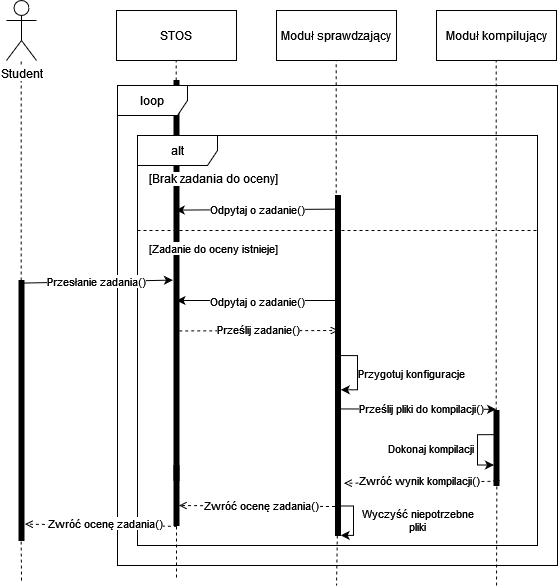
The draw.io diagram img/1/d_sek_1.png in Projekt-Inzynierski-STOS-2024-2025/Praca-Inzynierska, before a commit. Source tidied: cells renumbered, new cells last; positions are measured from the earlier drawing's top-left corner, leaving out a move shared by most shapes.
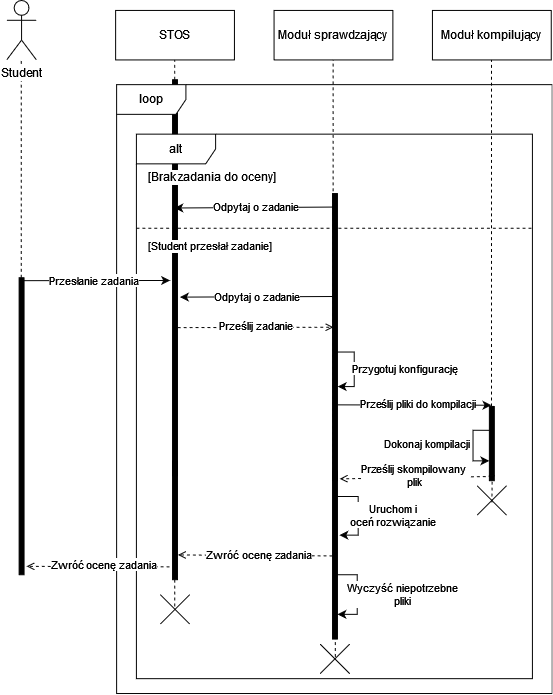
The same diagram one commit later.

Diff of the diagram source:
```diff
@@ -2,14 +2,16 @@
   <root>
     <mxCell id="0" />
     <mxCell id="1" parent="0" />
-    <mxCell id="2" style="endArrow=open;html=1;rounded=0;exitX=0.567;exitY=1.014;exitDx=0;exitDy=0;exitPerimeter=0;entryX=1.186;entryY=0.937;entryDx=0;entryDy=0;entryPerimeter=0;endFill=0;dashed=1;fontSize=12;" parent="1" edge="1" source="16" target="31">
-      <mxGeometry relative="1" as="geometry" />
+    <mxCell id="2" style="endArrow=open;html=1;rounded=0;exitX=-0.62;exitY=0.892;exitDx=0;exitDy=0;exitPerimeter=0;entryX=1.186;entryY=0.937;entryDx=0;entryDy=0;entryPerimeter=0;endFill=0;dashed=1;fontSize=12;" parent="1" edge="1" source="16">
+      <mxGeometry relative="1" as="geometry">
+        <mxPoint x="20.1" y="571.5" as="targetPoint" />
+      </mxGeometry>
     </mxCell>
     <mxCell id="3" style="html=1;points=[];perimeter=orthogonalPerimeter;fillColor=strokeColor;fontSize=12;" parent="1" vertex="1">
       <mxGeometry x="167.5" y="80" width="5" height="400" as="geometry" />
     </mxCell>
     <mxCell id="4" value="loop" style="shape=umlFrame;whiteSpace=wrap;html=1;width=70;height=30;labelBackgroundColor=none;fontSize=12;" parent="1" vertex="1">
-      <mxGeometry x="111" y="85" width="440" height="480" as="geometry" />
+      <mxGeometry x="111" y="85" width="440" height="615" as="geometry" />
     </mxCell>
     <mxCell id="5" style="endArrow=classic;html=1;rounded=0;exitX=0.933;exitY=0.552;exitDx=0;exitDy=0;exitPerimeter=0;edgeStyle=orthogonalEdgeStyle;entryX=1.067;entryY=0.67;entryDx=0;entryDy=0;entryPerimeter=0;fontSize=12;" parent="4" edge="1" source="6" target="6">
       <mxGeometry relative="1" as="geometry">
@@ -24,7 +26,7 @@
       <mxGeometry x="218" y="110" width="5" height="290" as="geometry" />
     </mxCell>
     <mxCell id="7" value="alt" style="shape=umlFrame;whiteSpace=wrap;html=1;width=80;height=30;fontSize=12;" parent="4" vertex="1">
-      <mxGeometry x="20" y="50" width="400" height="410" as="geometry" />
+      <mxGeometry x="20" y="50" width="400" height="550" as="geometry" />
     </mxCell>
     <mxCell id="8" value="[Brak zadania do oceny]" style="text;html=1;labelBackgroundColor=default;fontSize=12;" parent="7" vertex="1">
       <mxGeometry width="100" height="20" relative="1" as="geometry">
@@ -34,10 +36,10 @@
     <mxCell id="9" style="line;strokeWidth=1;dashed=1;labelPosition=center;verticalLabelPosition=bottom;align=left;verticalAlign=top;spacingLeft=20;spacingTop=15;html=1;whiteSpace=wrap;fontSize=12;" parent="7" vertex="1">
       <mxGeometry y="90" width="400" height="10" as="geometry" />
     </mxCell>
-    <mxCell id="10" value="&lt;div style=&quot;font-size: 11px;&quot;&gt;Przygotuj konfiguracje&lt;/div&gt;" style="text;html=1;labelBackgroundColor=default;fontSize=11;verticalAlign=middle;" parent="7" vertex="1">
-      <mxGeometry x="219" y="225" width="100" height="25" as="geometry" />
+    <mxCell id="10" value="&lt;div style=&quot;font-size: 11px;&quot;&gt;Przygotuj konfigurację&lt;/div&gt;" style="text;html=1;labelBackgroundColor=default;fontSize=11;verticalAlign=middle;" parent="7" vertex="1">
+      <mxGeometry x="215.5" y="225" width="100" height="25" as="geometry" />
     </mxCell>
-    <mxCell id="11" value="[Zadanie do oceny istnieje]" style="text;html=1;labelBackgroundColor=default;fontSize=11;" parent="7" vertex="1">
+    <mxCell id="11" value="[Student przesłał zadanie]" style="text;html=1;labelBackgroundColor=default;fontSize=11;" parent="7" vertex="1">
       <mxGeometry x="10" y="100" width="100" height="20" as="geometry" />
     </mxCell>
     <mxCell id="12" style="endArrow=classic;html=1;rounded=0;exitX=0.031;exitY=0.345;exitDx=0;exitDy=0;exitPerimeter=0;edgeStyle=orthogonalEdgeStyle;entryX=-0.008;entryY=0.779;entryDx=0;entryDy=0;entryPerimeter=0;fontSize=12;" parent="7" edge="1" source="36" target="36">
@@ -56,48 +58,81 @@
       <mxGeometry x="356.5" y="345" width="5" height="5" as="geometry" />
     </mxCell>
     <mxCell id="15" style="html=1;points=[];perimeter=orthogonalPerimeter;fillColor=strokeColor;fontSize=12;" parent="7" vertex="1">
-      <mxGeometry x="198" y="340" width="5" height="60" as="geometry" />
+      <mxGeometry x="198" y="340" width="5" height="170" as="geometry" />
     </mxCell>
     <mxCell id="16" style="html=1;points=[];perimeter=orthogonalPerimeter;fillColor=strokeColor;fontSize=12;" parent="7" vertex="1">
-      <mxGeometry x="36.5" y="330" width="5" height="60" as="geometry" />
+      <mxGeometry x="36.5" y="330" width="5" height="120" as="geometry" />
     </mxCell>
+    <mxCell id="19" style="endArrow=none;dashed=1;html=1;rounded=0;fontSize=12;" parent="7" edge="1">
+      <mxGeometry relative="1" as="geometry">
+        <mxPoint x="359.3" y="345" as="sourcePoint" />
+        <mxPoint x="359" y="375" as="targetPoint" />
+      </mxGeometry>
+    </mxCell>
+    <mxCell id="50" style="shape=umlDestroy;html=1;" parent="7" vertex="1">
+      <mxGeometry x="344" y="355" width="30" height="30" as="geometry" />
+    </mxCell>
+    <mxCell id="51" style="shape=umlDestroy;html=1;" parent="7" vertex="1">
+      <mxGeometry x="185.5" y="515" width="30" height="30" as="geometry" />
+    </mxCell>
+    <mxCell id="52" style="edgeStyle=orthogonalEdgeStyle;rounded=0;orthogonalLoop=1;jettySize=auto;html=1;" parent="7" edge="1">
+      <mxGeometry relative="1" as="geometry">
+        <mxPoint x="203" y="365" as="sourcePoint" />
+        <mxPoint x="205" y="405" as="targetPoint" />
+        <Array as="points">
+          <mxPoint x="203" y="366" />
+          <mxPoint x="224" y="366" />
+          <mxPoint x="224" y="405" />
+          <mxPoint x="205" y="405" />
+        </Array>
+      </mxGeometry>
+    </mxCell>
+    <mxCell id="53" value="&lt;div&gt;Uruchom i&lt;/div&gt;&lt;div&gt;oceń rozwiązanie&lt;br&gt;&lt;/div&gt;" style="edgeLabel;html=1;align=center;verticalAlign=middle;" parent="52" vertex="1">
+      <mxGeometry x="0.15" y="1" relative="1" as="geometry">
+        <mxPoint x="34" y="-5" as="offset" />
+      </mxGeometry>
+    </mxCell>
     <mxCell id="17" style="endArrow=open;html=1;rounded=0;exitX=0.376;exitY=0.027;exitDx=0;exitDy=0;exitPerimeter=0;entryX=0.821;entryY=0.051;entryDx=0;entryDy=0;entryPerimeter=0;dashed=1;endFill=0;fontSize=12;" parent="7" edge="1">
       <mxGeometry relative="1" as="geometry">
-        <mxPoint x="197.5" y="371" as="sourcePoint" />
-        <mxPoint x="41.5" y="370" as="targetPoint" />
+        <mxPoint x="198" y="426" as="sourcePoint" />
+        <mxPoint x="42" y="425" as="targetPoint" />
       </mxGeometry>
     </mxCell>
-    <mxCell id="18" value="Zwróć ocenę zadania()" style="edgeLabel;html=1;align=center;verticalAlign=middle;fontSize=11;" parent="17" vertex="1">
+    <mxCell id="18" value="Zwróć ocenę zadania" style="edgeLabel;html=1;align=center;verticalAlign=middle;fontSize=11;" parent="17" vertex="1">
       <mxGeometry x="0.09" relative="1" as="geometry">
         <mxPoint x="11" y="-1" as="offset" />
       </mxGeometry>
     </mxCell>
-    <mxCell id="19" style="endArrow=none;dashed=1;html=1;rounded=0;fontSize=12;" parent="7" edge="1">
-      <mxGeometry relative="1" as="geometry">
-        <mxPoint x="359.3" y="345" as="sourcePoint" />
-        <mxPoint x="359" y="450" as="targetPoint" />
-      </mxGeometry>
-    </mxCell>
-    <mxCell id="20" style="endArrow=classic;html=1;rounded=0;exitX=1.077;exitY=0.508;exitDx=0;exitDy=0;exitPerimeter=0;edgeStyle=orthogonalEdgeStyle;entryX=1.04;entryY=0.998;entryDx=0;entryDy=0;entryPerimeter=0;fontSize=12;" parent="7" edge="1" source="15" target="15">
-      <mxGeometry relative="1" as="geometry">
-        <Array as="points">
-          <mxPoint x="216" y="371" />
-          <mxPoint x="216" y="400" />
-        </Array>
-      </mxGeometry>
-    </mxCell>
+    <mxCell id="23" style="endArrow=none;dashed=1;html=1;rounded=0;fontSize=12;" parent="7" edge="1">
+      <mxGeometry relative="1" as="geometry">
+        <mxPoint x="200.9" y="501" as="sourcePoint" />
+        <mxPoint x="200.9" y="531" as="targetPoint" />
+      </mxGeometry>
+    </mxCell>
+    <mxCell id="54" style="edgeStyle=orthogonalEdgeStyle;rounded=0;jettySize=auto;html=1;" parent="7" edge="1" source="15">
+      <mxGeometry relative="1" as="geometry">
+        <mxPoint x="203" y="485" as="targetPoint" />
+        <Array as="points">
+          <mxPoint x="223" y="445" />
+          <mxPoint x="223" y="485" />
+          <mxPoint x="203" y="485" />
+        </Array>
+      </mxGeometry>
+    </mxCell>
-    <mxCell id="21" value="&lt;div&gt;Wyczyść niepotrzebne&lt;/div&gt;&lt;div&gt;pliki&lt;/div&gt;" style="text;html=1;labelBackgroundColor=default;fontSize=11;align=center;verticalAlign=middle;" parent="7" vertex="1">
-      <mxGeometry x="219" y="370" width="121" height="30" as="geometry" />
+    <mxCell id="21" value="&lt;div&gt;Wyczyść niepotrzebne&lt;/div&gt;&lt;div&gt;pliki&lt;br&gt;&lt;/div&gt;" style="edgeLabel;html=1;align=center;verticalAlign=middle;" parent="54" vertex="1">
+      <mxGeometry x="-0.01" y="-1" relative="1" as="geometry">
+        <mxPoint x="47" as="offset" />
+      </mxGeometry>
     </mxCell>
-    <mxCell id="22" value="Zwróć ocenę zadania()" style="edgeLabel;html=1;align=center;verticalAlign=middle;labelBackgroundColor=default;fontSize=11;" parent="4" vertex="1">
-      <mxGeometry x="-13" y="437" as="geometry" />
-    </mxCell>
-    <mxCell id="23" style="endArrow=none;dashed=1;html=1;rounded=0;fontSize=12;" parent="4" edge="1">
-      <mxGeometry relative="1" as="geometry">
-        <mxPoint x="220.3" y="420" as="sourcePoint" />
-        <mxPoint x="219" y="500" as="targetPoint" />
-      </mxGeometry>
-    </mxCell>
+    <mxCell id="55" style="shape=umlDestroy;html=1;" parent="7" vertex="1">
+      <mxGeometry x="24" y="465" width="30" height="30" as="geometry" />
+    </mxCell>
+    <mxCell id="56" style="endArrow=none;dashed=1;html=1;rounded=0;fontSize=12;" parent="7" edge="1">
+      <mxGeometry relative="1" as="geometry">
+        <mxPoint x="38.7" y="450" as="sourcePoint" />
+        <mxPoint x="38.7" y="480" as="targetPoint" />
+      </mxGeometry>
+    </mxCell>
     <mxCell id="24" value="STOS" style="html=1;whiteSpace=wrap;fontSize=12;" parent="1" vertex="1">
       <mxGeometry x="110" y="10" width="120" height="50" as="geometry" />
     </mxCell>
@@ -129,12 +164,12 @@
       </mxGeometry>
     </mxCell>
     <mxCell id="31" style="html=1;points=[];perimeter=orthogonalPerimeter;fillColor=strokeColor;fontSize=12;" parent="1" vertex="1">
-      <mxGeometry x="12.5" y="280" width="5" height="260" as="geometry" />
+      <mxGeometry x="12.5" y="280" width="5" height="300" as="geometry" />
     </mxCell>
-    <mxCell id="32" style="endArrow=classic;html=1;rounded=0;exitX=0.54;exitY=0.01;exitDx=0;exitDy=0;exitPerimeter=0;entryX=-0.216;entryY=0.499;entryDx=0;entryDy=0;entryPerimeter=0;fontSize=12;" parent="1" edge="1" source="31" target="3">
+    <mxCell id="32" style="endArrow=classic;html=1;rounded=0;exitX=0.54;exitY=0.01;exitDx=0;exitDy=0;exitPerimeter=0;fontSize=12;entryX=-0.489;entryY=0.507;entryDx=0;entryDy=0;entryPerimeter=0;" parent="1" edge="1" source="31" target="3">
       <mxGeometry relative="1" as="geometry" />
     </mxCell>
-    <mxCell id="33" value="Przesłanie zadania()" style="edgeLabel;html=1;align=center;verticalAlign=middle;labelBorderColor=none;labelBackgroundColor=default;fontSize=11;" parent="32" vertex="1">
+    <mxCell id="33" value="Przesłanie zadania" style="edgeLabel;html=1;align=center;verticalAlign=middle;labelBorderColor=none;labelBackgroundColor=default;fontSize=11;" parent="32" vertex="1">
       <mxGeometry x="0.13" relative="1" as="geometry">
         <mxPoint x="-12" as="offset" />
       </mxGeometry>
@@ -155,27 +190,27 @@
     <mxCell id="37" style="endArrow=classic;html=1;rounded=0;exitX=0.822;exitY=0.047;exitDx=0;exitDy=0;exitPerimeter=0;entryX=0.362;entryY=0.324;entryDx=0;entryDy=0;entryPerimeter=0;fontSize=12;" parent="1" edge="1" source="6" target="3">
       <mxGeometry relative="1" as="geometry" />
     </mxCell>
-    <mxCell id="38" value="Odpytaj o zadanie()" style="edgeLabel;html=1;align=center;verticalAlign=middle;labelBorderColor=none;labelBackgroundColor=default;fontSize=11;" parent="37" vertex="1">
+    <mxCell id="38" value="Odpytaj o zadanie" style="edgeLabel;html=1;align=center;verticalAlign=middle;labelBorderColor=none;labelBackgroundColor=default;fontSize=11;" parent="37" vertex="1">
       <mxGeometry x="0.13" y="-1" relative="1" as="geometry">
-        <mxPoint x="10" as="offset" />
+        <mxPoint x="11" as="offset" />
       </mxGeometry>
     </mxCell>
-    <mxCell id="39" style="endArrow=classic;html=1;rounded=0;entryX=0.5;entryY=0.55;entryDx=0;entryDy=0;entryPerimeter=0;fontSize=12;" parent="1" edge="1" target="3">
+    <mxCell id="39" style="endArrow=classic;html=1;rounded=0;fontSize=12;entryX=1.492;entryY=0.549;entryDx=0;entryDy=0;entryPerimeter=0;" parent="1" edge="1" target="3">
       <mxGeometry relative="1" as="geometry">
-        <mxPoint x="330" y="300" as="sourcePoint" />
+        <mxPoint x="330" y="299" as="sourcePoint" />
       </mxGeometry>
     </mxCell>
-    <mxCell id="40" value="Odpytaj o zadanie()" style="edgeLabel;html=1;align=center;verticalAlign=middle;labelBorderColor=none;labelBackgroundColor=default;fontSize=11;" parent="39" vertex="1">
+    <mxCell id="40" value="Odpytaj o zadanie" style="edgeLabel;html=1;align=center;verticalAlign=middle;labelBorderColor=none;labelBackgroundColor=default;fontSize=11;" parent="39" vertex="1">
       <mxGeometry x="0.13" relative="1" as="geometry">
         <mxPoint x="10" as="offset" />
       </mxGeometry>
     </mxCell>
     <mxCell id="41" style="endArrow=open;html=1;rounded=0;exitX=1.043;exitY=0.626;exitDx=0;exitDy=0;exitPerimeter=0;dashed=1;endFill=0;fontSize=12;" parent="1" edge="1" source="3">
       <mxGeometry relative="1" as="geometry">
-        <mxPoint x="332" y="330" as="targetPoint" />
+        <mxPoint x="330" y="330" as="targetPoint" />
       </mxGeometry>
     </mxCell>
-    <mxCell id="42" value="Prześlij zadanie()" style="edgeLabel;html=1;align=center;verticalAlign=middle;fontSize=11;" parent="41" vertex="1">
+    <mxCell id="42" value="Prześlij zadanie" style="edgeLabel;html=1;align=center;verticalAlign=middle;fontSize=11;" parent="41" vertex="1">
       <mxGeometry x="0.09" y="2" relative="1" as="geometry">
         <mxPoint x="-7" as="offset" />
       </mxGeometry>
@@ -185,24 +220,18 @@
         <mxPoint x="15" y="580" as="sourcePoint" />
       </mxGeometry>
     </mxCell>
-    <mxCell id="44" style="endArrow=open;html=1;rounded=0;exitX=0.477;exitY=1.011;exitDx=0;exitDy=0;exitPerimeter=0;entryX=1.695;entryY=0.129;entryDx=0;entryDy=0;entryPerimeter=0;endFill=0;dashed=1;fontSize=12;" parent="1" edge="1" source="36" target="15">
+    <mxCell id="44" style="endArrow=open;html=1;rounded=0;exitX=0.477;exitY=1.011;exitDx=0;exitDy=0;exitPerimeter=0;entryX=1.48;entryY=0.048;entryDx=0;entryDy=0;entryPerimeter=0;endFill=0;dashed=1;fontSize=12;" parent="1" edge="1" source="36" target="15">
       <mxGeometry relative="1" as="geometry" />
     </mxCell>
-    <mxCell id="45" value="Zwróć wynik kompilacji()" style="edgeLabel;html=1;align=center;verticalAlign=middle;fontSize=11;" parent="44" vertex="1">
+    <mxCell id="45" value="&lt;div&gt;Prześlij skompilowany&amp;nbsp;&lt;/div&gt;&lt;div&gt;plik&lt;/div&gt;" style="edgeLabel;html=1;align=center;verticalAlign=middle;fontSize=11;" parent="44" vertex="1">
       <mxGeometry x="0.09" y="-3" relative="1" as="geometry">
         <mxPoint x="6" y="1" as="offset" />
       </mxGeometry>
     </mxCell>
-    <mxCell id="46" style="endArrow=none;dashed=1;html=1;rounded=0;fontSize=12;" parent="1" edge="1">
-      <mxGeometry relative="1" as="geometry">
-        <mxPoint x="170" y="520" as="sourcePoint" />
-        <mxPoint x="170" y="580" as="targetPoint" />
-      </mxGeometry>
-    </mxCell>
     <mxCell id="47" style="endArrow=classic;html=1;rounded=0;entryX=0.42;entryY=-0.017;entryDx=0;entryDy=0;entryPerimeter=0;fontSize=12;exitX=1.088;exitY=0.736;exitDx=0;exitDy=0;exitPerimeter=0;" parent="1" edge="1" source="6" target="36">
       <mxGeometry relative="1" as="geometry" />
     </mxCell>
-    <mxCell id="48" value="&lt;font style=&quot;font-size: 11px;&quot;&gt;Prześlij pliki do kompilacji()&lt;/font&gt;" style="edgeLabel;html=1;align=center;verticalAlign=middle;fontSize=11;" parent="47" vertex="1">
+    <mxCell id="48" value="&lt;font style=&quot;font-size: 11px;&quot;&gt;Prześlij pliki do kompilacji&lt;/font&gt;" style="edgeLabel;html=1;align=center;verticalAlign=middle;fontSize=11;" parent="47" vertex="1">
       <mxGeometry x="-0.19" y="1" relative="1" as="geometry">
         <mxPoint x="17" as="offset" />
       </mxGeometry>
@@ -210,5 +239,8 @@
     <mxCell id="49" value="Student" style="shape=umlActor;verticalLabelPosition=bottom;verticalAlign=top;html=1;fontSize=12;labelBackgroundColor=default;" parent="1" vertex="1">
       <mxGeometry width="30" height="60" as="geometry" />
     </mxCell>
+    <mxCell id="22" value="Zwróć ocenę zadania" style="edgeLabel;html=1;align=center;verticalAlign=middle;labelBackgroundColor=default;fontSize=11;" parent="1" vertex="1">
+      <mxGeometry x="98" y="570" as="geometry" />
+    </mxCell>
   </root>
 </mxGraphModel>
```
